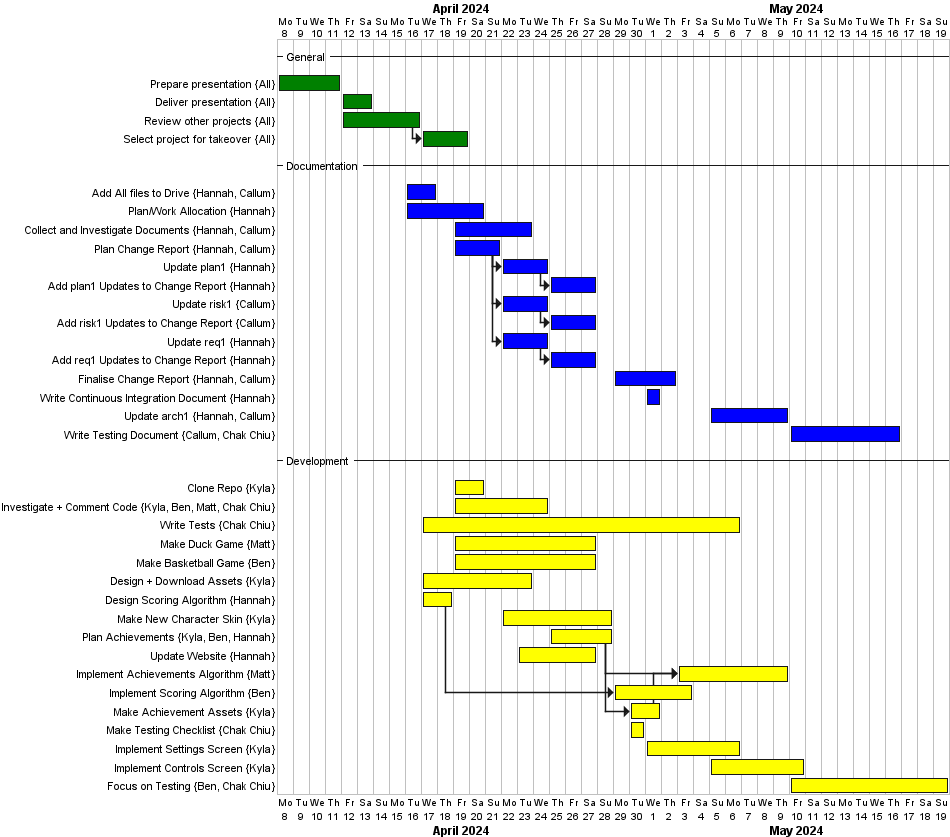
Before: images/Week_11.png, a diagram exported from PlantUML (publicmutiny/F1SH_takeover_Team21).
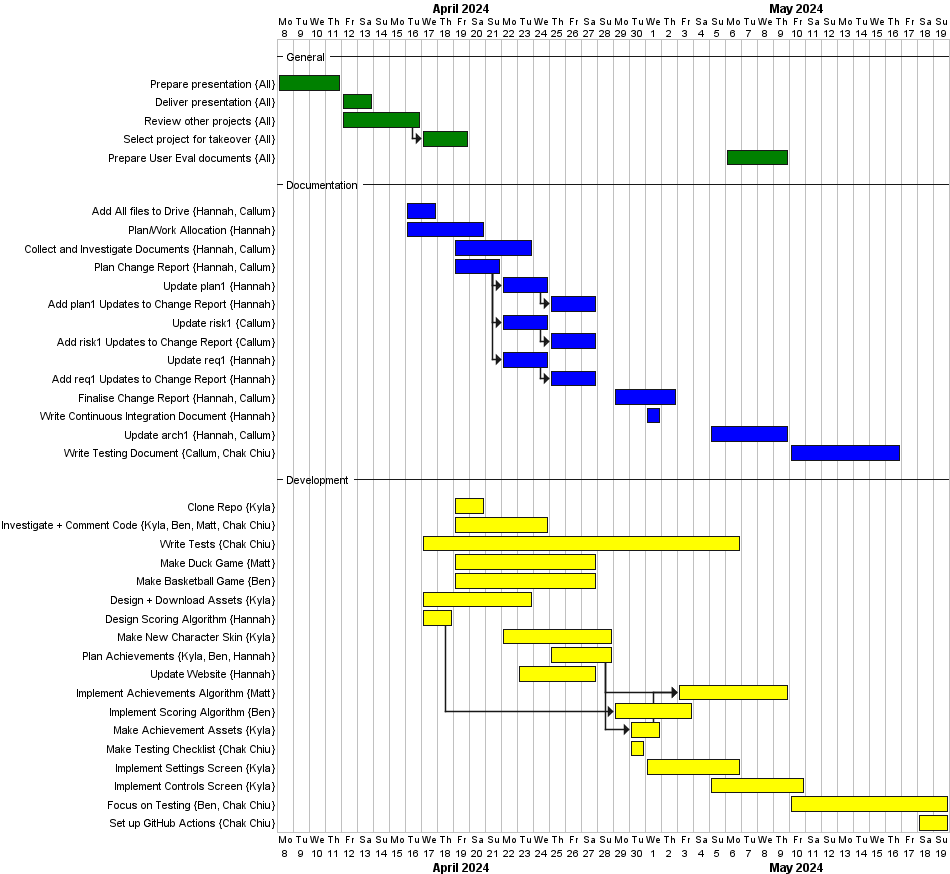
Later version of the same file.

What changed in the source:
```diff
@@ -18,7 +18,8 @@
 [Deliver presentation] on {All} starts D+4 and ends D+5
 [Review other projects] on {All} starts D+4 and lasts 5 days
 [Review other projects] --> [Select project for takeover]
-[Select project for takeover] on {All} starts 2024-04-12 and ends 2024-04-19
+[Select project for takeover] on {All} starts 2024-04-06 and ends 2024-04-19
+[Prepare User Eval documents] on {All} starts 2024-05-06 and requires 4 days
 
 
 
@@ -99,5 +100,6 @@
 
 [Implement Controls Screen] on {Kyla} starts 2024-05-05 and requires 6 days
 [Focus on Testing] on {Ben, Chak Chiu} starts 2024-05-10 and requires 10 days
+[Set up GitHub Actions] on {Chak Chiu} starts 2024-05-18 and requires 2 days
 
 @endgantt
```
